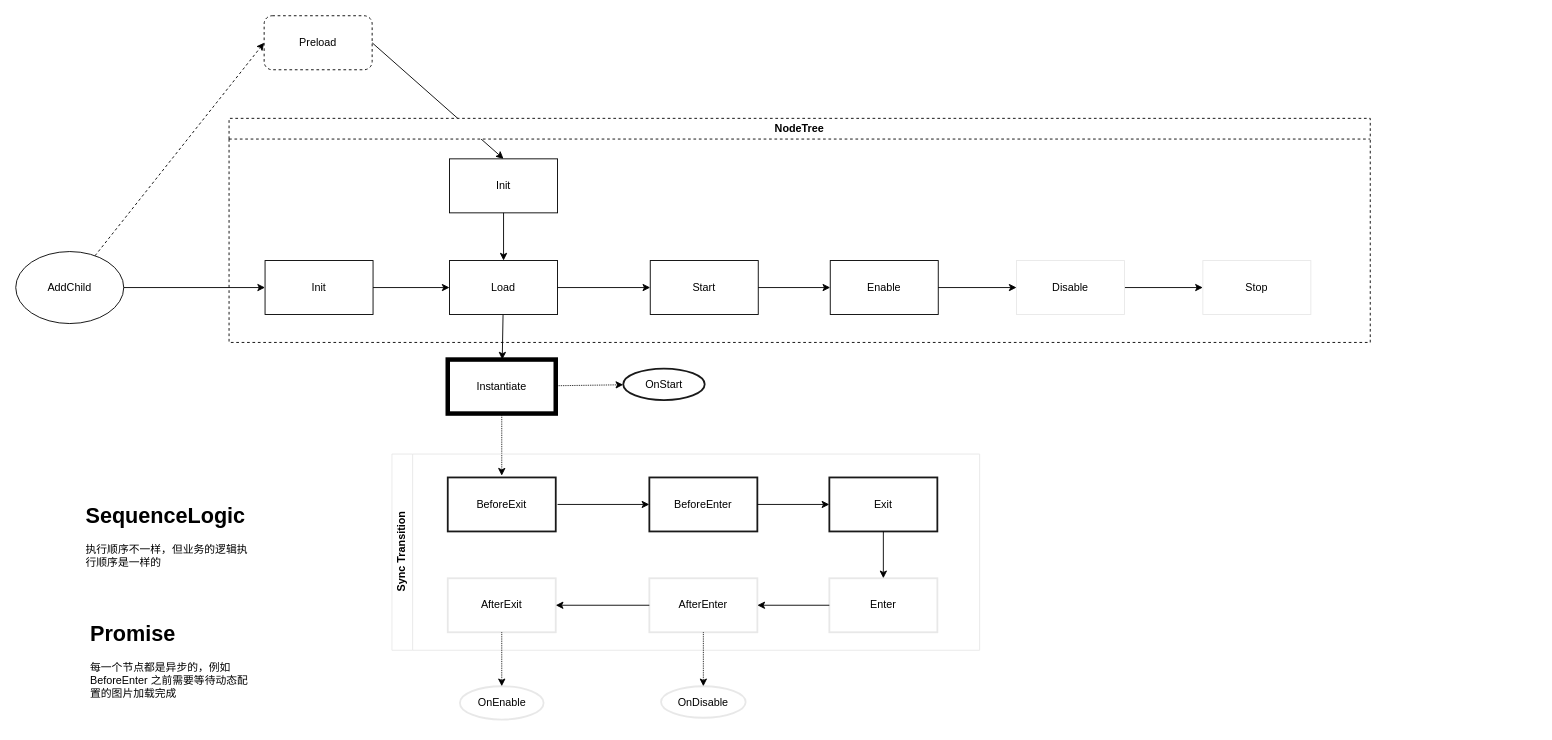
Above: page "NodeLifeTime" (1 of 4) of Assets/Server/FrameWork/UIFrameWork/UISequence.drawio in Cr7Sund/MinFrameWork (draw.io), before the change. Source tidied: cells renumbered, new cells numbered last; positions are measured from the earlier drawing's top-left corner, leaving out a move shared by most shapes. Both pictures are drawn from the tidied source at 90%, with x=0, y=0 at pixel (15, 15).
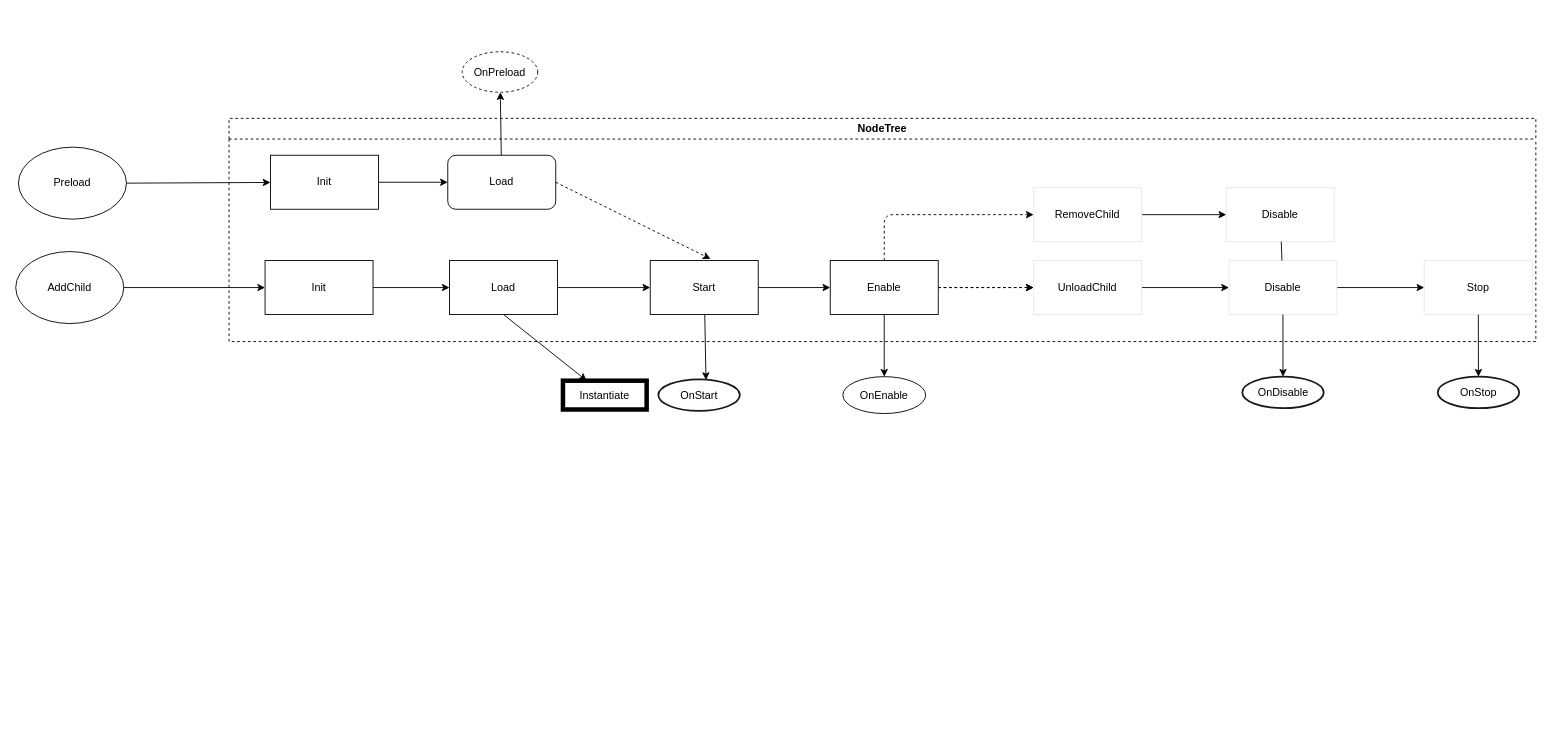
The same page after the edit.

Unchanged cells that the change refers to:
```xml
<mxCell id="7" value="AddChild" style="ellipse;whiteSpace=wrap;html=1;" parent="6" vertex="1">
  <mxGeometry x="-237" y="148" width="120" height="80" as="geometry" />
</mxCell>
<mxCell id="13" value="Enable" style="rounded=0;whiteSpace=wrap;html=1;" parent="6" vertex="1">
  <mxGeometry x="668" y="158" width="120" height="60" as="geometry" />
</mxCell>
<mxCell id="14" value="Start" style="rounded=0;whiteSpace=wrap;html=1;" parent="6" vertex="1">
  <mxGeometry x="468" y="158" width="120" height="60" as="geometry" />
</mxCell>
<mxCell id="15" value="Load" style="rounded=0;whiteSpace=wrap;html=1;" parent="6" vertex="1">
  <mxGeometry x="245" y="158" width="120" height="60" as="geometry" />
</mxCell>
```

Change to the diagram source:
```diff
@@
-    <mxCell id="2" style="edgeStyle=none;html=1;shadow=0;" parent="1" edge="1" source="15" target="24">
+    <mxCell id="2" style="edgeStyle=none;html=1;shadow=0;exitX=0.5;exitY=1;exitDx=0;exitDy=0;" parent="1" edge="1" source="15" target="24">
       <mxGeometry relative="1" as="geometry" />
     </mxCell>
-    <mxCell id="3" style="html=1;entryX=0;entryY=0.5;entryDx=0;entryDy=0;shadow=0;dashed=1;" parent="1" edge="1" source="7" target="5">
-      <mxGeometry relative="1" as="geometry" />
-    </mxCell>
-    <mxCell id="4" style="edgeStyle=none;html=1;entryX=0.5;entryY=0;entryDx=0;entryDy=0;shadow=0;exitX=1;exitY=0.5;exitDx=0;exitDy=0;" parent="1" edge="1" source="5" target="9">
-      <mxGeometry relative="1" as="geometry" />
+    <mxCell id="4" style="edgeStyle=none;html=1;entryX=0.5;entryY=0;entryDx=0;entryDy=0;shadow=0;exitX=1;exitY=0.5;exitDx=0;exitDy=0;" parent="1" edge="1" source="5">
+      <mxGeometry relative="1" as="geometry">
+        <mxPoint x="542" y="159" as="targetPoint" />
+      </mxGeometry>
     </mxCell>
-    <mxCell id="5" value="Preload" style="rounded=1;whiteSpace=wrap;html=1;dashed=1;" parent="1" vertex="1">
-      <mxGeometry x="276" width="120" height="60" as="geometry" />
-    </mxCell>
     <mxCell id="6" value="NodeTree" style="swimlane;whiteSpace=wrap;html=1;dashed=1;" parent="1" vertex="1">
-      <mxGeometry x="237" y="114" width="1268" height="249" as="geometry" />
+      <mxGeometry x="237" y="114" width="1452" height="248" as="geometry" />
     </mxCell>
@@
-    <mxCell id="9" value="Init" style="rounded=0;whiteSpace=wrap;html=1;" parent="6" vertex="1">
-      <mxGeometry x="245" y="45" width="120" height="60" as="geometry" />
-    </mxCell>
     <mxCell id="10" value="Stop" style="rounded=0;whiteSpace=wrap;html=1;strokeColor=#E6E6E6;strokeWidth=1;opacity=90;" parent="6" vertex="1">
-      <mxGeometry x="1082" y="158" width="120" height="60" as="geometry" />
+      <mxGeometry x="1328" y="158" width="120" height="60" as="geometry" />
     </mxCell>
-    <mxCell id="11" style="edgeStyle=none;html=1;shadow=0;" parent="6" edge="1" source="12" target="10">
-      <mxGeometry relative="1" as="geometry" />
-    </mxCell>
     <mxCell id="12" value="Disable" style="rounded=0;whiteSpace=wrap;html=1;strokeColor=#E6E6E6;strokeWidth=1;opacity=90;" parent="6" vertex="1">
-      <mxGeometry x="875" y="158" width="120" height="60" as="geometry" />
+      <mxGeometry x="1108" y="77" width="120" height="60" as="geometry" />
     </mxCell>
+    <mxCell id="45" style="edgeStyle=none;html=1;dashed=1;" parent="6" edge="1" source="13" target="49">
+      <mxGeometry relative="1" as="geometry" />
+    </mxCell>
+    <mxCell id="46" style="edgeStyle=none;html=1;dashed=1;" parent="6" edge="1" source="13" target="49">
+      <mxGeometry relative="1" as="geometry" />
+    </mxCell>
+    <mxCell id="47" style="edgeStyle=orthogonalEdgeStyle;html=1;entryX=0;entryY=0.5;entryDx=0;entryDy=0;dashed=1;exitX=0.5;exitY=0;exitDx=0;exitDy=0;" parent="6" edge="1" source="13" target="51">
+      <mxGeometry relative="1" as="geometry" />
+    </mxCell>
@@
-    <mxCell id="17" style="edgeStyle=none;html=1;shadow=0;" parent="6" edge="1" source="13" target="12">
-      <mxGeometry relative="1" as="geometry" />
-    </mxCell>
@@
-    <mxCell id="19" style="edgeStyle=none;html=1;shadow=0;" parent="6" edge="1" source="9" target="15">
-      <mxGeometry relative="1" as="geometry" />
-    </mxCell>
@@
-    <mxCell id="22" style="edgeStyle=none;html=1;shadow=0;dashed=1;dashPattern=1 1;" parent="1" edge="1" source="24" target="27">
-      <mxGeometry relative="1" as="geometry" />
-    </mxCell>
-    <mxCell id="23" style="edgeStyle=none;html=1;shadow=0;dashed=1;dashPattern=1 1;" parent="1" edge="1" source="24" target="38">
-      <mxGeometry relative="1" as="geometry" />
-    </mxCell>
+    <mxCell id="48" style="edgeStyle=none;html=1;entryX=0;entryY=0.5;entryDx=0;entryDy=0;" parent="6" edge="1" source="49" target="55">
+      <mxGeometry relative="1" as="geometry" />
+    </mxCell>
+    <mxCell id="49" value="UnloadChild" style="rounded=0;whiteSpace=wrap;html=1;strokeColor=#E6E6E6;strokeWidth=1;opacity=90;" parent="6" vertex="1">
+      <mxGeometry x="894" y="158" width="120" height="60" as="geometry" />
+    </mxCell>
+    <mxCell id="50" style="edgeStyle=none;html=1;entryX=0;entryY=0.5;entryDx=0;entryDy=0;" parent="6" edge="1" source="51" target="12">
+      <mxGeometry relative="1" as="geometry" />
+    </mxCell>
+    <mxCell id="51" value="RemoveChild" style="rounded=0;whiteSpace=wrap;html=1;strokeColor=#E6E6E6;strokeWidth=1;opacity=90;" parent="6" vertex="1">
+      <mxGeometry x="894" y="77" width="120" height="60" as="geometry" />
+    </mxCell>
+    <mxCell id="52" style="edgeStyle=none;html=1;" parent="6" edge="1" source="5" target="58">
+      <mxGeometry relative="1" as="geometry" />
+    </mxCell>
+    <mxCell id="53" style="edgeStyle=none;html=1;entryX=0.558;entryY=-0.031;entryDx=0;entryDy=0;entryPerimeter=0;dashed=1;exitX=1;exitY=0.5;exitDx=0;exitDy=0;" parent="6" edge="1" source="5" target="14">
+      <mxGeometry relative="1" as="geometry" />
+    </mxCell>
+    <mxCell id="5" value="Load" style="rounded=1;whiteSpace=wrap;html=1;" parent="6" vertex="1">
+      <mxGeometry x="243" y="41" width="120" height="60" as="geometry" />
+    </mxCell>
+    <mxCell id="54" style="edgeStyle=none;html=1;" parent="6" edge="1" source="55" target="10">
+      <mxGeometry relative="1" as="geometry" />
+    </mxCell>
+    <mxCell id="55" value="Disable" style="rounded=0;whiteSpace=wrap;html=1;strokeColor=#E6E6E6;strokeWidth=1;opacity=90;" parent="6" vertex="1">
+      <mxGeometry x="1111" y="158" width="120" height="60" as="geometry" />
+    </mxCell>
+    <mxCell id="56" style="edgeStyle=none;html=1;endArrow=none;" parent="6" edge="1" source="12" target="55">
+      <mxGeometry relative="1" as="geometry" />
+    </mxCell>
+    <mxCell id="57" style="edgeStyle=none;html=1;" parent="6" edge="1" source="9" target="5">
+      <mxGeometry relative="1" as="geometry" />
+    </mxCell>
+    <mxCell id="9" value="Init" style="rounded=0;whiteSpace=wrap;html=1;" parent="6" vertex="1">
+      <mxGeometry x="46" y="41" width="120" height="60" as="geometry" />
+    </mxCell>
+    <mxCell id="58" value="OnPreload" style="ellipse;whiteSpace=wrap;html=1;rounded=1;dashed=1;" parent="6" vertex="1">
+      <mxGeometry x="259" y="-74" width="84" height="45" as="geometry" />
+    </mxCell>
     <mxCell id="24" value="Instantiate" style="rounded=0;whiteSpace=wrap;html=1;strokeWidth=5;" parent="1" vertex="1">
-      <mxGeometry x="480" y="382" width="120" height="60" as="geometry" />
+      <mxGeometry x="608" y="405.5" width="93" height="32" as="geometry" />
     </mxCell>
-    <mxCell id="25" value="Sync Transition" style="swimlane;horizontal=0;whiteSpace=wrap;html=1;strokeColor=#E6E6E6;strokeWidth=1;opacity=90;" parent="1" vertex="1">
-      <mxGeometry x="418" y="487" width="653" height="218" as="geometry" />
-    </mxCell>
-    <mxCell id="26" style="group;" parent="25" vertex="1">
-      <mxGeometry x="62" y="26" width="544" height="201" as="geometry" />
-    </mxCell>
-    <mxCell id="27" value="BeforeExit" style="whiteSpace=wrap;html=1;rounded=0;strokeWidth=2;perimeterSpacing=2;opacity=90;" parent="26" vertex="1">
-      <mxGeometry width="120" height="60" as="geometry" />
-    </mxCell>
-    <mxCell id="28" value="BeforeEnter" style="whiteSpace=wrap;html=1;rounded=0;strokeWidth=2;opacity=90;" parent="26" vertex="1">
-      <mxGeometry x="224" width="120" height="60" as="geometry" />
-    </mxCell>
-    <mxCell id="29" value="Exit" style="whiteSpace=wrap;html=1;rounded=0;strokeWidth=2;opacity=90;" parent="26" vertex="1">
-      <mxGeometry x="424" width="120" height="60" as="geometry" />
-    </mxCell>
-    <mxCell id="30" style="edgeStyle=none;html=1;entryX=0;entryY=0.5;entryDx=0;entryDy=0;shadow=0;" parent="26" edge="1" source="27" target="28">
-      <mxGeometry relative="1" as="geometry" />
-    </mxCell>
-    <mxCell id="31" style="edgeStyle=none;html=1;shadow=0;exitX=1;exitY=0.5;exitDx=0;exitDy=0;entryX=0;entryY=0.5;entryDx=0;entryDy=0;" parent="26" edge="1" source="28" target="29">
-      <mxGeometry relative="1" as="geometry" />
-    </mxCell>
-    <mxCell id="32" value="AfterExit" style="whiteSpace=wrap;html=1;rounded=0;strokeWidth=2;opacity=90;strokeColor=#E6E6E6;" parent="26" vertex="1">
-      <mxGeometry y="112" width="120" height="60" as="geometry" />
-    </mxCell>
-    <mxCell id="33" value="AfterEnter" style="whiteSpace=wrap;html=1;rounded=0;strokeWidth=2;opacity=90;strokeColor=#E6E6E6;" parent="26" vertex="1">
-      <mxGeometry x="224" y="112" width="120" height="60" as="geometry" />
-    </mxCell>
-    <mxCell id="34" value="Enter" style="whiteSpace=wrap;html=1;rounded=0;strokeWidth=2;opacity=90;strokeColor=#E6E6E6;" parent="26" vertex="1">
-      <mxGeometry x="424" y="112" width="120" height="60" as="geometry" />
-    </mxCell>
-    <mxCell id="35" style="edgeStyle=none;html=1;shadow=0;" parent="26" edge="1" source="33" target="32">
-      <mxGeometry relative="1" as="geometry" />
-    </mxCell>
-    <mxCell id="36" style="edgeStyle=none;html=1;shadow=0;" parent="26" edge="1" source="29" target="34">
-      <mxGeometry relative="1" as="geometry" />
-    </mxCell>
-    <mxCell id="37" style="edgeStyle=none;html=1;shadow=0;" parent="26" edge="1" source="34" target="33">
-      <mxGeometry relative="1" as="geometry" />
-    </mxCell>
     <mxCell id="38" value="OnStart" style="ellipse;whiteSpace=wrap;html=1;rounded=0;strokeWidth=2;opacity=90;" parent="1" vertex="1">
-      <mxGeometry x="675" y="392" width="90.5" height="35" as="geometry" />
+      <mxGeometry x="714" y="404" width="90.5" height="35" as="geometry" />
     </mxCell>
+    <mxCell id="59" value="OnStop" style="ellipse;whiteSpace=wrap;html=1;rounded=0;strokeWidth=2;opacity=90;" parent="1" vertex="1">
+      <mxGeometry x="1580" y="401" width="90.5" height="35" as="geometry" />
+    </mxCell>
+    <mxCell id="60" style="html=1;entryX=0.585;entryY=0.019;entryDx=0;entryDy=0;entryPerimeter=0;" parent="1" edge="1" source="14" target="38">
+      <mxGeometry relative="1" as="geometry" />
+    </mxCell>
+    <mxCell id="61" style="edgeStyle=none;html=1;entryX=0.5;entryY=0;entryDx=0;entryDy=0;" parent="1" edge="1" source="10" target="59">
+      <mxGeometry relative="1" as="geometry" />
+    </mxCell>
-    <mxCell id="39" value="OnDisable" style="ellipse;whiteSpace=wrap;html=1;strokeColor=#E6E6E6;rounded=0;strokeWidth=2;opacity=90;" parent="1" vertex="1">
-      <mxGeometry x="717" y="745" width="94" height="35" as="geometry" />
+    <mxCell id="39" value="OnDisable" style="ellipse;whiteSpace=wrap;html=1;rounded=0;strokeWidth=2;opacity=90;" parent="1" vertex="1">
+      <mxGeometry x="1362.8" y="401" width="90.5" height="35" as="geometry" />
     </mxCell>
-    <mxCell id="40" style="edgeStyle=none;html=1;shadow=0;dashed=1;dashPattern=1 1;" parent="1" edge="1" source="33" target="39">
-      <mxGeometry relative="1" as="geometry" />
-    </mxCell>
+    <mxCell id="62" style="edgeStyle=none;html=1;startArrow=none;" parent="1" edge="1" source="55" target="39">
+      <mxGeometry relative="1" as="geometry" />
+    </mxCell>
-    <mxCell id="41" value="OnEnable" style="ellipse;whiteSpace=wrap;html=1;strokeColor=#E6E6E6;rounded=0;strokeWidth=2;opacity=90;" parent="1" vertex="1">
-      <mxGeometry x="493.5" y="745" width="93" height="37" as="geometry" />
+    <mxCell id="41" value="OnEnable" style="ellipse;whiteSpace=wrap;html=1;rounded=0;" parent="1" vertex="1">
+      <mxGeometry x="919" y="401" width="92" height="41" as="geometry" />
     </mxCell>
-    <mxCell id="42" style="edgeStyle=none;html=1;shadow=0;dashed=1;dashPattern=1 1;" parent="1" edge="1" source="32" target="41">
-      <mxGeometry relative="1" as="geometry" />
-    </mxCell>
-    <mxCell id="43" value="&lt;h1&gt;SequenceLogic&lt;/h1&gt;&lt;p&gt;执行顺序不一样，但业务的逻辑执行顺序是一样的&lt;/p&gt;" style="text;html=1;strokeColor=none;fillColor=none;spacing=5;spacingTop=-20;whiteSpace=wrap;overflow=hidden;rounded=0;strokeWidth=1;opacity=90;" parent="1" vertex="1">
-      <mxGeometry x="73" y="536" width="190" height="120" as="geometry" />
-    </mxCell>
-    <mxCell id="44" value="&lt;h1&gt;Promise&lt;/h1&gt;&lt;div&gt;每一个节点都是异步的，例如BeforeEnter 之前需要等待动态配置的图片加载完成&lt;/div&gt;" style="text;html=1;strokeColor=none;fillColor=none;spacing=5;spacingTop=-20;whiteSpace=wrap;overflow=hidden;rounded=0;strokeWidth=1;opacity=90;" parent="1" vertex="1">
-      <mxGeometry x="78" y="667" width="190" height="120" as="geometry" />
-    </mxCell>
+    <mxCell id="63" style="edgeStyle=none;html=1;" parent="1" edge="1" source="13" target="41">
+      <mxGeometry relative="1" as="geometry" />
+    </mxCell>
+    <mxCell id="64" style="edgeStyle=none;html=1;" parent="1" edge="1" source="65" target="9">
+      <mxGeometry relative="1" as="geometry" />
+    </mxCell>
+    <mxCell id="65" value="Preload" style="ellipse;whiteSpace=wrap;html=1;" parent="1" vertex="1">
+      <mxGeometry x="3" y="146" width="120" height="80" as="geometry" />
+    </mxCell>
```
